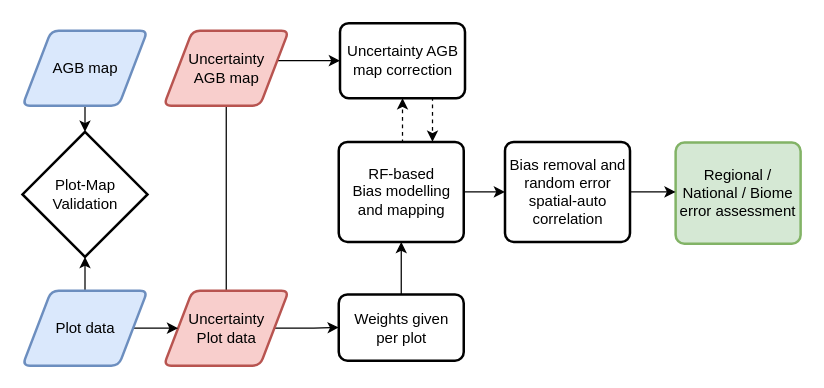
Above: Untitled Diagram.drawio in arnanaraza/diagrams (draw.io), before the change. Source tidied: cells renumbered, new cells numbered last; positions are measured from the earlier drawing's top-left corner, leaving out a move shared by most shapes. Both pictures are drawn from the tidied source at 125%, with x=0, y=0 at pixel (22, 22).
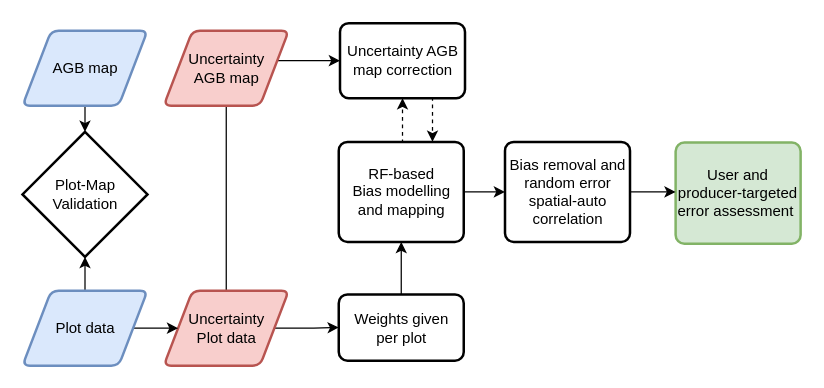
Above is the later version.

Diff of the diagram source:
```diff
@@
-    <mxCell id="13" value="Regional / National / Biome error assessment" style="rounded=1;whiteSpace=wrap;html=1;absoluteArcSize=1;arcSize=14;strokeWidth=2;fillColor=#d5e8d4;strokeColor=#82b366;" parent="1" vertex="1">
+    <mxCell id="13" value="User and producer-targeted error assessment&amp;nbsp;" style="rounded=1;whiteSpace=wrap;html=1;absoluteArcSize=1;arcSize=14;strokeWidth=2;fillColor=#d5e8d4;strokeColor=#82b366;" parent="1" vertex="1">
       <mxGeometry x="522" y="95.5" width="100" height="81" as="geometry" />
     </mxCell>
```
